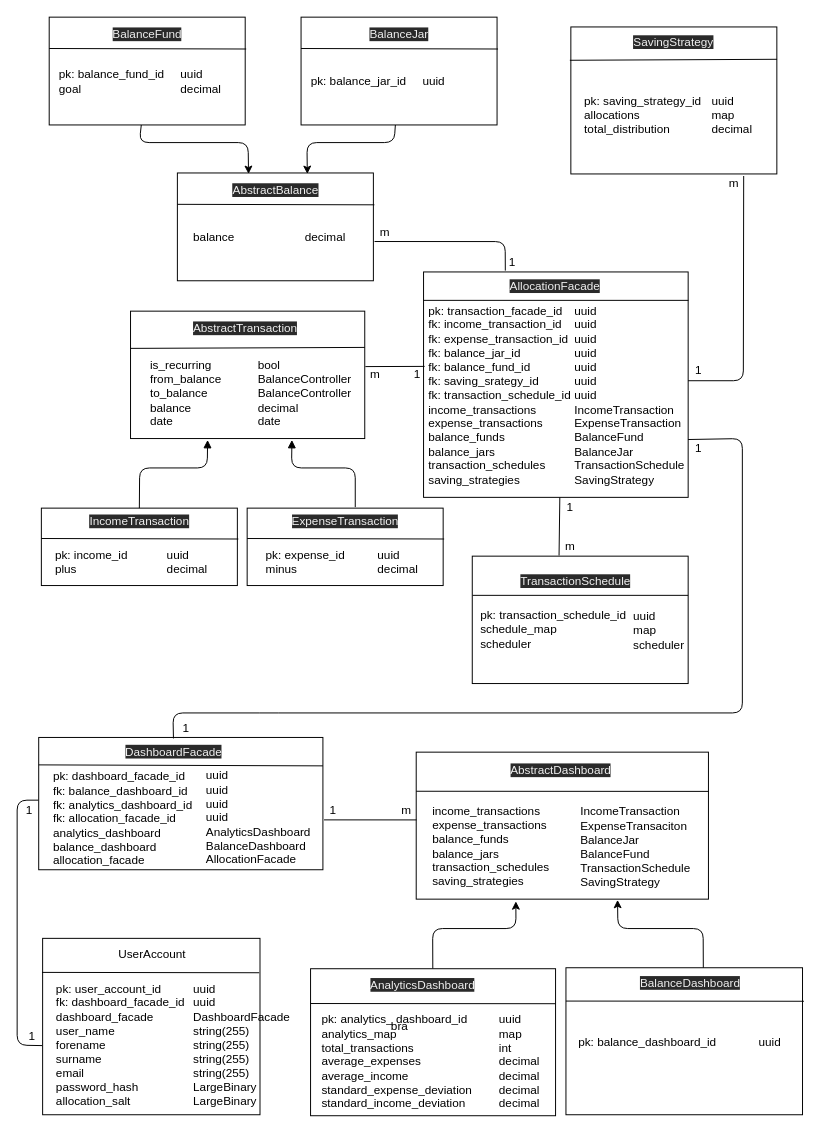
Above: backend/entities.drawio in quantumfate/moneyjar (draw.io), before the change. Source tidied: cells renumbered, new cells numbered last; positions are measured from the earlier drawing's top-left corner, leaving out a move shared by most shapes. Both pictures are drawn from the tidied source at 98%, with x=0, y=0 at pixel (17, 17).
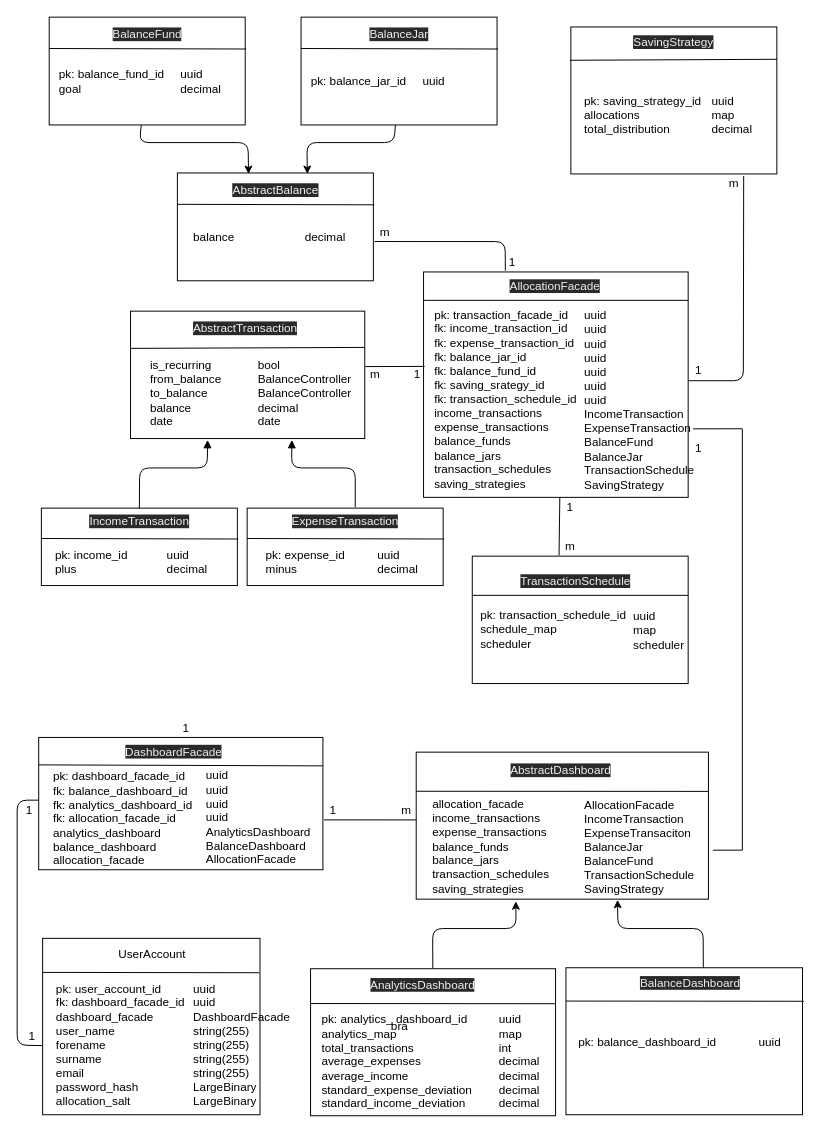
After the change.

The change refers to these unchanged cells:
```xml
<mxCell id="3" style="rounded=0;whiteSpace=wrap;html=1;" parent="1" vertex="1">
  <mxGeometry x="407.2" y="750" width="298.2" height="150" as="geometry" />
</mxCell>
<mxCell id="69" style="rounded=0;whiteSpace=wrap;html=1;" parent="1" vertex="1">
  <mxGeometry x="414.7" y="260" width="270" height="230" as="geometry" />
</mxCell>
<mxCell id="82" value="1" style="text;html=1;align=center;verticalAlign=middle;points=[];strokeColor=none;fillColor=none;" parent="1" vertex="1">
  <mxGeometry x="684.7" y="430" width="20" height="20" as="geometry" />
</mxCell>
<mxCell id="90" value="&lt;span style=&quot;color: rgb(240 , 240 , 240) ; font-family: &amp;#34;helvetica&amp;#34; ; font-size: 12px ; font-style: normal ; font-weight: 400 ; letter-spacing: normal ; text-indent: 0px ; text-transform: none ; word-spacing: 0px ; background-color: rgb(42 , 42 , 42) ; display: inline ; float: none&quot;&gt;DashboardFacade&lt;/span&gt;" style="text;whiteSpace=wrap;html=1;align=center;" parent="1" vertex="1">
  <mxGeometry x="129.5" y="736" width="60" height="20" as="geometry" />
</mxCell>
```

The edit, as a diff of the source:
```diff
@@
-    <mxCell id="39" value="&lt;br&gt;income_transactions&lt;br&gt;expense_transactions&lt;br&gt;balance_funds&lt;br&gt;balance_jars&lt;br&gt;transaction_schedules&lt;br&gt;saving_strategies" style="text;html=1;strokeColor=none;fillColor=none;align=left;verticalAlign=middle;whiteSpace=wrap;rounded=0;" parent="1" vertex="1">
+    <mxCell id="39" value="&lt;br&gt;allocation_facade&lt;br&gt;income_transactions&lt;br&gt;expense_transactions&lt;br&gt;balance_funds&lt;br&gt;balance_jars&lt;br&gt;transaction_schedules&lt;br&gt;saving_strategies" style="text;html=1;strokeColor=none;fillColor=none;align=left;verticalAlign=middle;whiteSpace=wrap;rounded=0;" parent="1" vertex="1">
       <mxGeometry x="422.4" y="814" width="151" height="50" as="geometry" />
     </mxCell>
-    <mxCell id="40" value="IncomeTransaction&lt;br&gt;ExpenseTransaciton&lt;br&gt;BalanceJar&lt;br&gt;BalanceFund&lt;br&gt;TransactionSchedule&lt;br&gt;SavingStrategy" style="text;html=1;align=left;verticalAlign=middle;strokeColor=none;fillColor=none;" parent="1" vertex="1">
-      <mxGeometry x="573.4" y="802" width="130" height="90" as="geometry" />
+    <mxCell id="40" value="AllocationFacade&lt;br&gt;IncomeTransaction&lt;br&gt;ExpenseTransaciton&lt;br&gt;BalanceJar&lt;br&gt;BalanceFund&lt;br&gt;TransactionSchedule&lt;br&gt;SavingStrategy" style="text;html=1;align=left;verticalAlign=middle;strokeColor=none;fillColor=none;" parent="1" vertex="1">
+      <mxGeometry x="577" y="792" width="140" height="110" as="geometry" />
     </mxCell>
@@
     <mxCell id="72" value="pk: transaction_facade_id&lt;br&gt;fk: income_transaction_id&lt;br&gt;fk: expense_transaction_id&lt;br&gt;fk: balance_jar_id&lt;br&gt;fk: balance_fund_id&lt;br&gt;fk: saving_srategy_id&lt;br&gt;fk: transaction_schedule_id&lt;br&gt;income_transactions&lt;br&gt;expense_transactions&lt;br&gt;balance_funds&lt;br&gt;balance_jars&lt;br&gt;transaction_schedules&lt;br&gt;saving_strategies" style="text;html=1;strokeColor=none;fillColor=none;align=left;verticalAlign=middle;whiteSpace=wrap;rounded=0;" parent="1" vertex="1">
-      <mxGeometry x="417.7" y="361" width="151" height="50" as="geometry" />
+      <mxGeometry x="424.2" y="365" width="151" height="50" as="geometry" />
     </mxCell>
     <mxCell id="73" value="uuid&lt;br&gt;uuid&lt;br&gt;uuid&lt;br&gt;uuid&lt;br&gt;uuid&lt;br&gt;uuid&lt;br&gt;uuid&lt;br&gt;IncomeTransaction&lt;br&gt;ExpenseTransaction&lt;br&gt;BalanceFund&lt;br&gt;BalanceJar&lt;br&gt;TransactionSchedule&lt;br&gt;SavingStrategy" style="text;html=1;align=left;verticalAlign=middle;strokeColor=none;fillColor=none;" parent="1" vertex="1">
-      <mxGeometry x="566.7" y="291" width="130" height="190" as="geometry" />
+      <mxGeometry x="577" y="296" width="130" height="190" as="geometry" />
     </mxCell>
@@
-    <mxCell id="92" style="endArrow=none;html=1;exitX=-0.004;exitY=0.05;exitDx=0;exitDy=0;exitPerimeter=0;entryX=0.5;entryY=0;entryDx=0;entryDy=0;" parent="1" edge="1" source="82" target="90">
-      <mxGeometry relative="1" as="geometry">
-        <Array as="points">
-          <mxPoint x="740" y="430" />
-          <mxPoint x="740" y="710" />
-          <mxPoint x="257" y="710" />
-          <mxPoint x="159" y="710" />
-        </Array>
-      </mxGeometry>
-    </mxCell>
@@
+    <mxCell id="100" style="endArrow=none;html=1;rounded=0;exitX=1.019;exitY=0.696;exitDx=0;exitDy=0;exitPerimeter=0;entryX=1.015;entryY=0.667;entryDx=0;entryDy=0;entryPerimeter=0;endFill=0;" parent="1" edge="1" source="69" target="3">
+      <mxGeometry relative="1" as="geometry">
+        <Array as="points">
+          <mxPoint x="740" y="420" />
+          <mxPoint x="740" y="850" />
+        </Array>
+      </mxGeometry>
+    </mxCell>
```
